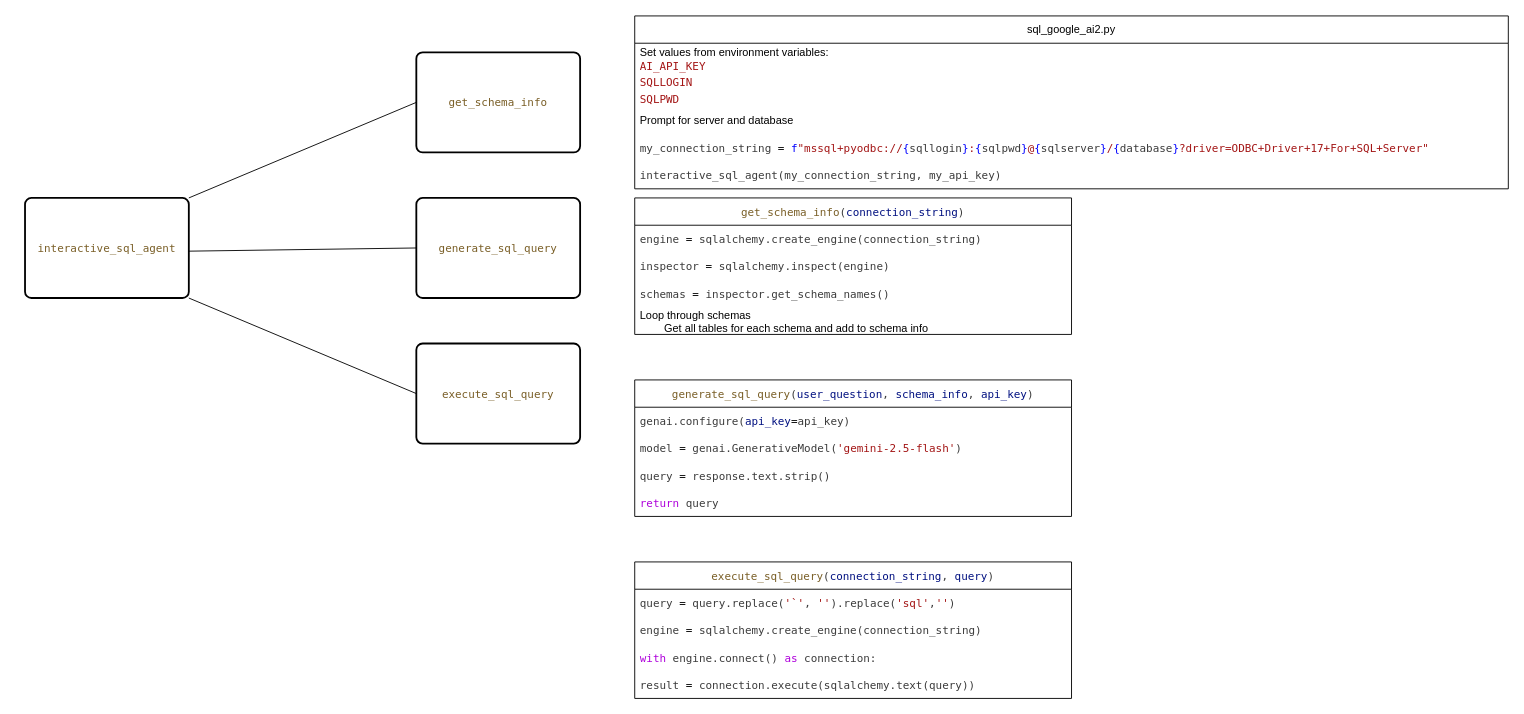
Before: SQL/SQL AI.drawio in roninfate/AI, a draw.io diagram. Source tidied: cells renumbered, new cells numbered last; positions are measured from the earlier drawing's top-left corner, leaving out a move shared by most shapes. Both pictures are drawn from the tidied source at 91%, with x=0, y=0 at pixel (25, 15).
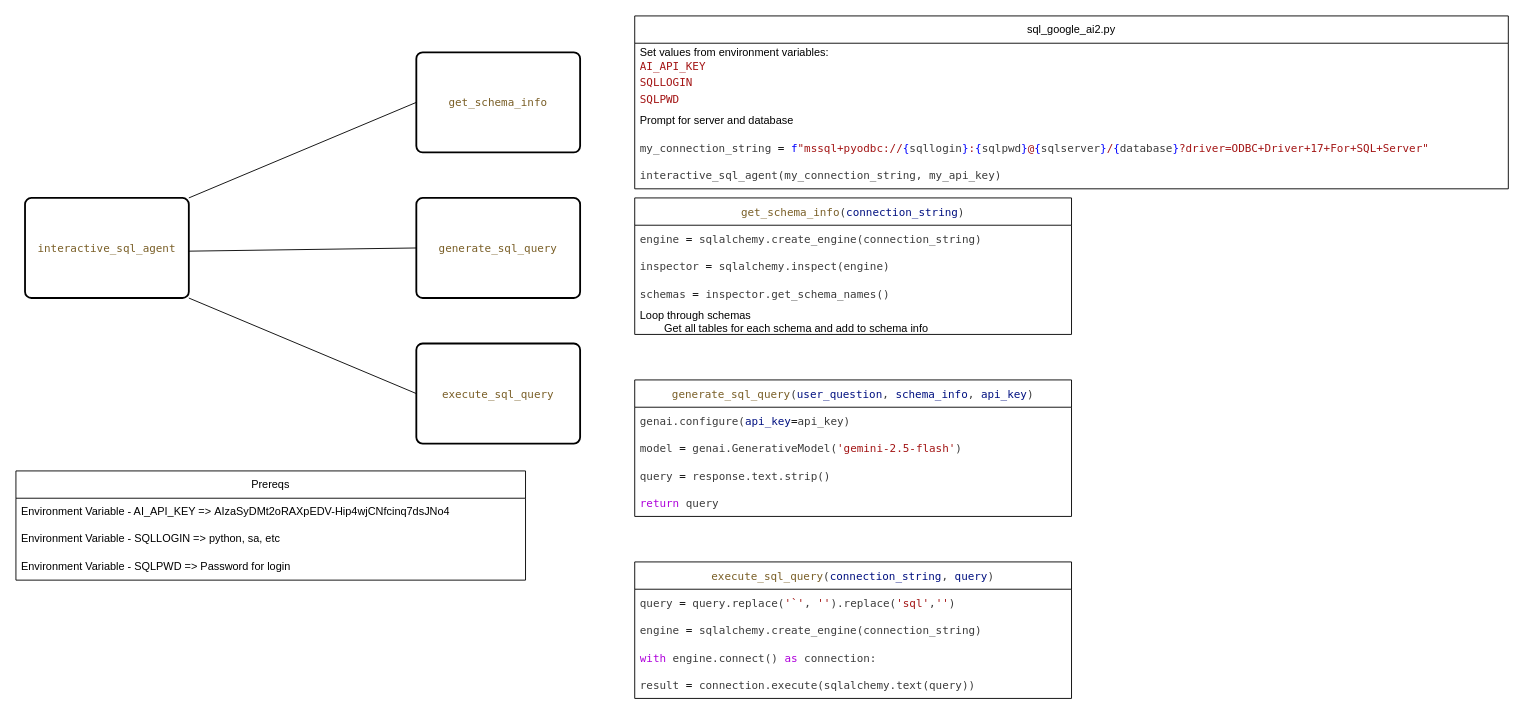
The same page after the edit.

Diff of the diagram source:
```diff
@@
+    <mxCell id="29" value="Prereqs" style="swimlane;fontStyle=0;horizontal=1;startSize=30;whiteSpace=wrap;html=1;" parent="1" vertex="1">
+      <mxGeometry x="-10" y="500" width="560" height="120" as="geometry" />
+    </mxCell>
+    <mxCell id="30" value="Environment Variable - AI_API_KEY =&amp;gt;&amp;nbsp;AIzaSyDMt2oRAXpEDV-Hip4wjCNfcinq7dsJNo4" style="text;strokeColor=none;fillColor=none;align=left;verticalAlign=middle;spacingLeft=4;spacingRight=4;overflow=hidden;whiteSpace=wrap;html=1;" parent="29" vertex="1">
+      <mxGeometry y="30" width="560" height="30" as="geometry" />
+    </mxCell>
+    <mxCell id="31" value="Environment Variable - SQLLOGIN =&amp;gt; python, sa, etc" style="text;strokeColor=none;fillColor=none;align=left;verticalAlign=middle;spacingLeft=4;spacingRight=4;overflow=hidden;whiteSpace=wrap;html=1;" parent="29" vertex="1">
+      <mxGeometry y="60" width="560" height="30" as="geometry" />
+    </mxCell>
+    <mxCell id="32" value="Environment Variable - SQLPWD =&amp;gt; Password for login" style="text;strokeColor=none;fillColor=none;align=left;verticalAlign=middle;spacingLeft=4;spacingRight=4;overflow=hidden;whiteSpace=wrap;html=1;" parent="29" vertex="1">
+      <mxGeometry y="90" width="560" height="30" as="geometry" />
+    </mxCell>
```
